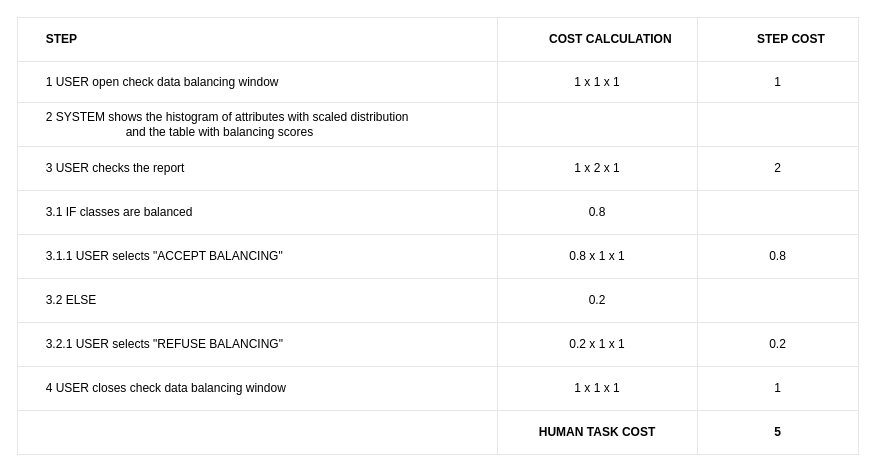
BaffoBello14/AutomaticDamagesRecognition keeps this draw.io diagram as check data balancing/check_data_balancing_table.drawio. Above is the earlier version. Source tidied: cells renumbered, new cells numbered last; positions are measured from the earlier drawing's top-left corner, leaving out a move shared by most shapes. Both pictures are drawn from the tidied source at 100%, with x=0, y=0 at pixel (17, 17).
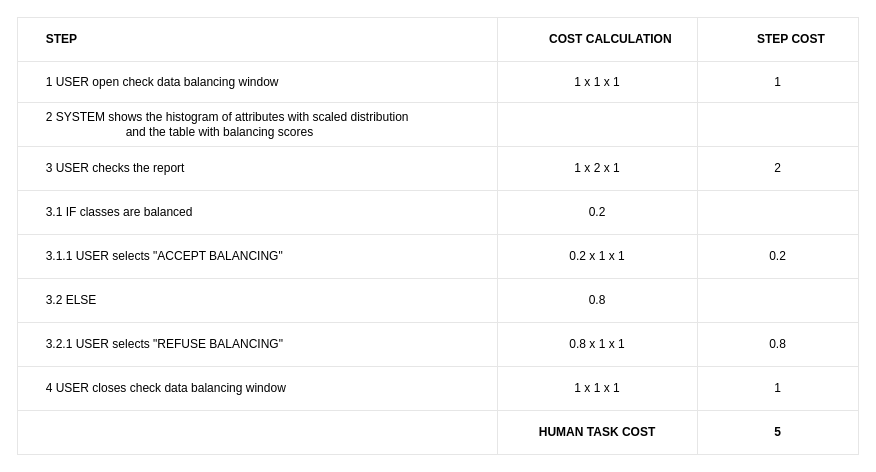
The same diagram, later.

Unchanged cells that the change refers to:
```xml
<mxCell id="19" style="shape=tableRow;horizontal=0;startSize=0;swimlaneHead=0;swimlaneBody=0;top=0;left=0;bottom=0;right=0;fontStyle=0;fillColor=none;strokeColor=inherit;align=center;" parent="2" vertex="1">
  <mxGeometry y="173" width="841" height="44" as="geometry" />
</mxCell>
<mxCell id="23" style="shape=tableRow;horizontal=0;startSize=0;swimlaneHead=0;swimlaneBody=0;top=0;left=0;bottom=0;right=0;fontStyle=0;fillColor=none;strokeColor=inherit;align=center;" parent="2" vertex="1">
  <mxGeometry y="217" width="841" height="44" as="geometry" />
</mxCell>
<mxCell id="27" style="shape=tableRow;horizontal=0;startSize=0;swimlaneHead=0;swimlaneBody=0;top=0;left=0;bottom=0;right=0;fontStyle=0;fillColor=none;strokeColor=inherit;align=center;" parent="2" vertex="1">
  <mxGeometry y="261" width="841" height="44" as="geometry" />
</mxCell>
<mxCell id="31" style="shape=tableRow;horizontal=0;startSize=0;swimlaneHead=0;swimlaneBody=0;top=0;left=0;bottom=0;right=0;fontStyle=0;fillColor=none;strokeColor=inherit;align=center;" parent="2" vertex="1">
  <mxGeometry y="305" width="841" height="44" as="geometry" />
</mxCell>
```

Change to the diagram source:
```diff
@@
-    <mxCell id="21" value="0.8" style="strokeColor=inherit;fillColor=none;align=center;whiteSpace=wrap;html=1;" parent="19" vertex="1">
+    <mxCell id="21" value="0.2" style="strokeColor=inherit;fillColor=none;align=center;whiteSpace=wrap;html=1;" parent="19" vertex="1">
       <mxGeometry x="480" width="200" height="44" as="geometry" />
     </mxCell>
@@
-    <mxCell id="25" value="0.8 x 1 x 1" style="strokeColor=inherit;fillColor=none;align=center;whiteSpace=wrap;html=1;" parent="23" vertex="1">
+    <mxCell id="25" value="0.2 x 1 x 1" style="strokeColor=inherit;fillColor=none;align=center;whiteSpace=wrap;html=1;" parent="23" vertex="1">
       <mxGeometry x="480" width="200" height="44" as="geometry" />
     </mxCell>
-    <mxCell id="26" value="0.8" style="strokeColor=inherit;fillColor=none;align=center;whiteSpace=wrap;html=1;" parent="23" vertex="1">
+    <mxCell id="26" value="0.2" style="strokeColor=inherit;fillColor=none;align=center;whiteSpace=wrap;html=1;" parent="23" vertex="1">
       <mxGeometry x="680" width="161" height="44" as="geometry" />
     </mxCell>
@@
-    <mxCell id="29" value="0.2" style="strokeColor=inherit;fillColor=none;align=center;whiteSpace=wrap;html=1;" parent="27" vertex="1">
+    <mxCell id="29" value="0.8" style="strokeColor=inherit;fillColor=none;align=center;whiteSpace=wrap;html=1;" parent="27" vertex="1">
       <mxGeometry x="480" width="200" height="44" as="geometry" />
     </mxCell>
@@
-    <mxCell id="33" value="&lt;span style=&quot;&quot;&gt;&lt;span style=&quot;white-space: pre;&quot;&gt;0.2&lt;/span&gt;&lt;/span&gt;&amp;nbsp;x 1 x 1" style="strokeColor=inherit;fillColor=none;align=center;whiteSpace=wrap;html=1;" parent="31" vertex="1">
+    <mxCell id="33" value="&lt;span style=&quot;&quot;&gt;&lt;span style=&quot;white-space: pre;&quot;&gt;0.8&lt;/span&gt;&lt;/span&gt;&amp;nbsp;x 1 x 1" style="strokeColor=inherit;fillColor=none;align=center;whiteSpace=wrap;html=1;" parent="31" vertex="1">
       <mxGeometry x="480" width="200" height="44" as="geometry" />
     </mxCell>
-    <mxCell id="34" value="0.2" style="strokeColor=inherit;fillColor=none;align=center;whiteSpace=wrap;html=1;" parent="31" vertex="1">
+    <mxCell id="34" value="0.8" style="strokeColor=inherit;fillColor=none;align=center;whiteSpace=wrap;html=1;" parent="31" vertex="1">
       <mxGeometry x="680" width="161" height="44" as="geometry" />
     </mxCell>
```
